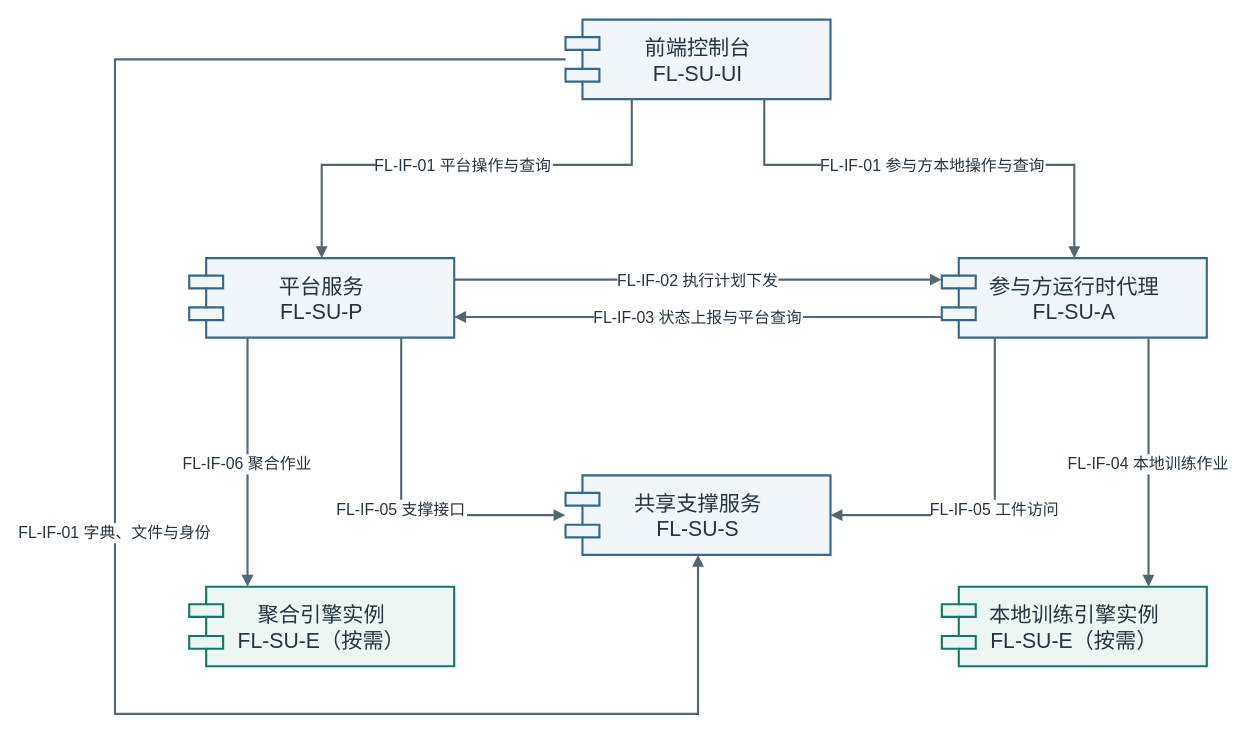
Before: docs/438c/merge/figures/federation-learning-interface-relations.drawio in medol-labs/federation-learning, a draw.io diagram. Source tidied: cells renumbered, new cells numbered last; positions are measured from the earlier drawing's top-left corner, leaving out a move shared by most shapes. Both pictures are drawn from the tidied source at 106%, with x=0, y=0 at pixel (114, 19).
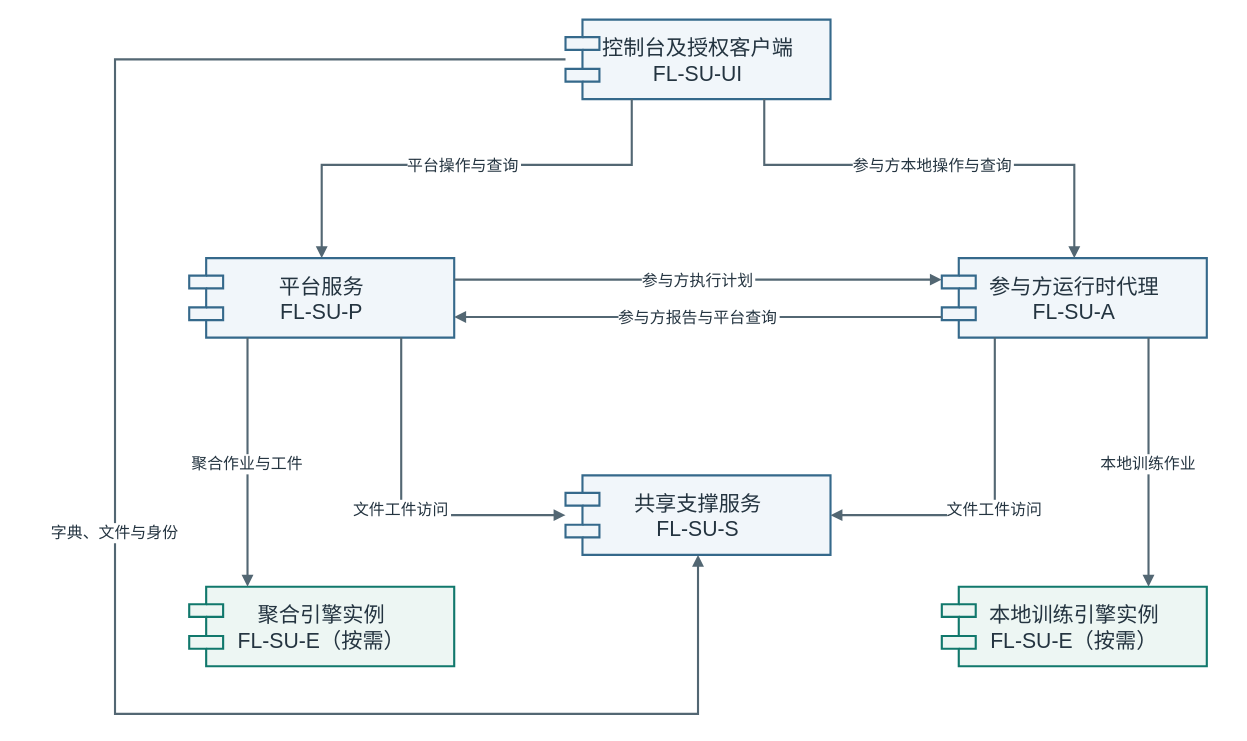
The same page after the edit.

Unchanged cells that the change refers to:
```xml
<mxCell id="3" value="平台服务&#10;FL-SU-P" style="shape=component;whiteSpace=wrap;html=0;fillColor=#F1F6FA;strokeColor=#35698B;strokeWidth=2;fontFamily=PingFang SC;fontSize=20;fontColor=#243440;" parent="1" vertex="1">
  <mxGeometry x="70" y="225" width="250" height="75" as="geometry" />
</mxCell>
<mxCell id="4" value="参与方运行时代理&#10;FL-SU-A" style="shape=component;whiteSpace=wrap;html=0;fillColor=#F1F6FA;strokeColor=#35698B;strokeWidth=2;fontFamily=PingFang SC;fontSize=20;fontColor=#243440;" parent="1" vertex="1">
  <mxGeometry x="780" y="225" width="250" height="75" as="geometry" />
</mxCell>
<mxCell id="5" value="共享支撑服务&#10;FL-SU-S" style="shape=component;whiteSpace=wrap;html=0;fillColor=#F1F6FA;strokeColor=#35698B;strokeWidth=2;fontFamily=PingFang SC;fontSize=20;fontColor=#243440;" parent="1" vertex="1">
  <mxGeometry x="425" y="430" width="250" height="75" as="geometry" />
</mxCell>
<mxCell id="6" value="聚合引擎实例&#10;FL-SU-E（按需）" style="shape=component;whiteSpace=wrap;html=0;fillColor=#EDF6F3;strokeColor=#11786C;strokeWidth=2;fontFamily=PingFang SC;fontSize=20;fontColor=#243440;" parent="1" vertex="1">
  <mxGeometry x="70" y="535" width="250" height="75" as="geometry" />
</mxCell>
<mxCell id="7" value="本地训练引擎实例&#10;FL-SU-E（按需）" style="shape=component;whiteSpace=wrap;html=0;fillColor=#EDF6F3;strokeColor=#11786C;strokeWidth=2;fontFamily=PingFang SC;fontSize=20;fontColor=#243440;" parent="1" vertex="1">
  <mxGeometry x="780" y="535" width="250" height="75" as="geometry" />
</mxCell>
```

What changed in the source:
```diff
@@
-    <mxCell id="2" value="前端控制台&#10;FL-SU-UI" style="shape=component;whiteSpace=wrap;html=0;fillColor=#F1F6FA;strokeColor=#35698B;strokeWidth=2;fontFamily=PingFang SC;fontSize=20;fontColor=#243440;" parent="1" vertex="1">
+    <mxCell id="2" value="控制台及授权客户端&#10;FL-SU-UI" style="shape=component;whiteSpace=wrap;html=0;fillColor=#F1F6FA;strokeColor=#35698B;strokeWidth=2;fontFamily=PingFang SC;fontSize=20;fontColor=#243440;" parent="1" vertex="1">
       <mxGeometry x="425" width="250" height="75" as="geometry" />
     </mxCell>
@@
-    <mxCell id="8" value="FL-IF-01 平台操作与查询" style="edgeStyle=segmentEdgeStyle;rounded=0;html=0;endArrow=block;endFill=1;strokeColor=#536773;strokeWidth=2;fontFamily=PingFang SC;fontSize=15;fontColor=#243440;labelBackgroundColor=#ffffff;exitX=0.25;exitY=1;entryX=0.5;entryY=0;" parent="1" edge="1" source="2" target="3">
+    <mxCell id="8" value="平台操作与查询" style="edgeStyle=segmentEdgeStyle;rounded=0;html=0;endArrow=block;endFill=1;strokeColor=#536773;strokeWidth=2;fontFamily=PingFang SC;fontSize=15;fontColor=#243440;labelBackgroundColor=#ffffff;exitX=0.25;exitY=1;entryX=0.5;entryY=0;" parent="1" edge="1" source="2" target="3">
       <mxGeometry relative="1" as="geometry">
         <Array as="points">
           <mxPoint x="487.5" y="137" />
           <mxPoint x="195" y="137" />
         </Array>
       </mxGeometry>
     </mxCell>
-    <mxCell id="9" value="FL-IF-01 参与方本地操作与查询" style="edgeStyle=segmentEdgeStyle;rounded=0;html=0;endArrow=block;endFill=1;strokeColor=#536773;strokeWidth=2;fontFamily=PingFang SC;fontSize=15;fontColor=#243440;labelBackgroundColor=#ffffff;exitX=0.75;exitY=1;entryX=0.5;entryY=0;" parent="1" edge="1" source="2" target="4">
+    <mxCell id="9" value="参与方本地操作与查询" style="edgeStyle=segmentEdgeStyle;rounded=0;html=0;endArrow=block;endFill=1;strokeColor=#536773;strokeWidth=2;fontFamily=PingFang SC;fontSize=15;fontColor=#243440;labelBackgroundColor=#ffffff;exitX=0.75;exitY=1;entryX=0.5;entryY=0;" parent="1" edge="1" source="2" target="4">
       <mxGeometry relative="1" as="geometry">
         <Array as="points">
           <mxPoint x="612.5" y="137" />
           <mxPoint x="905" y="137" />
         </Array>
       </mxGeometry>
     </mxCell>
-    <mxCell id="10" value="FL-IF-01 字典、文件与身份" style="edgeStyle=segmentEdgeStyle;rounded=0;html=0;endArrow=block;endFill=1;strokeColor=#536773;strokeWidth=2;fontFamily=PingFang SC;fontSize=15;fontColor=#243440;labelBackgroundColor=#ffffff;exitX=0;exitY=0.5;entryX=0.5;entryY=1;" parent="1" edge="1" source="2" target="5">
+    <mxCell id="10" value="字典、文件与身份" style="edgeStyle=segmentEdgeStyle;rounded=0;html=0;endArrow=block;endFill=1;strokeColor=#536773;strokeWidth=2;fontFamily=PingFang SC;fontSize=15;fontColor=#243440;labelBackgroundColor=#ffffff;exitX=0;exitY=0.5;entryX=0.5;entryY=1;" parent="1" edge="1" source="2" target="5">
       <mxGeometry relative="1" as="geometry">
         <Array as="points">
           <mxPoint y="37.5" />
           <mxPoint y="655" />
           <mxPoint x="550" y="655" />
         </Array>
       </mxGeometry>
     </mxCell>
-    <mxCell id="11" value="FL-IF-02 执行计划下发" style="edgeStyle=segmentEdgeStyle;rounded=0;html=0;endArrow=block;endFill=1;strokeColor=#536773;strokeWidth=2;fontFamily=PingFang SC;fontSize=15;fontColor=#243440;labelBackgroundColor=#ffffff;exitX=1;exitY=0.27;entryX=0;entryY=0.27;" parent="1" edge="1" source="3" target="4">
+    <mxCell id="11" value="参与方执行计划" style="edgeStyle=segmentEdgeStyle;rounded=0;html=0;endArrow=block;endFill=1;strokeColor=#536773;strokeWidth=2;fontFamily=PingFang SC;fontSize=15;fontColor=#243440;labelBackgroundColor=#ffffff;exitX=1;exitY=0.27;entryX=0;entryY=0.27;" parent="1" edge="1" source="3" target="4">
       <mxGeometry relative="1" as="geometry" />
     </mxCell>
-    <mxCell id="12" value="FL-IF-03 状态上报与平台查询" style="edgeStyle=segmentEdgeStyle;rounded=0;html=0;endArrow=block;endFill=1;strokeColor=#536773;strokeWidth=2;fontFamily=PingFang SC;fontSize=15;fontColor=#243440;labelBackgroundColor=#ffffff;exitX=0;exitY=0.74;entryX=1;entryY=0.74;" parent="1" edge="1" source="4" target="3">
+    <mxCell id="12" value="参与方报告与平台查询" style="edgeStyle=segmentEdgeStyle;rounded=0;html=0;endArrow=block;endFill=1;strokeColor=#536773;strokeWidth=2;fontFamily=PingFang SC;fontSize=15;fontColor=#243440;labelBackgroundColor=#ffffff;exitX=0;exitY=0.74;entryX=1;entryY=0.74;" parent="1" edge="1" source="4" target="3">
       <mxGeometry relative="1" as="geometry" />
     </mxCell>
-    <mxCell id="13" value="FL-IF-05 支撑接口" style="edgeStyle=segmentEdgeStyle;rounded=0;html=0;endArrow=block;endFill=1;strokeColor=#536773;strokeWidth=2;fontFamily=PingFang SC;fontSize=15;fontColor=#243440;labelBackgroundColor=#ffffff;exitX=0.8;exitY=1;entryX=0;entryY=0.5;" parent="1" edge="1" source="3" target="5">
+    <mxCell id="13" value="文件工件访问" style="edgeStyle=segmentEdgeStyle;rounded=0;html=0;endArrow=block;endFill=1;strokeColor=#536773;strokeWidth=2;fontFamily=PingFang SC;fontSize=15;fontColor=#243440;labelBackgroundColor=#ffffff;exitX=0.8;exitY=1;entryX=0;entryY=0.5;" parent="1" edge="1" source="3" target="5">
       <mxGeometry relative="1" as="geometry">
         <Array as="points">
           <mxPoint x="270" y="467.5" />
         </Array>
       </mxGeometry>
     </mxCell>
-    <mxCell id="14" value="FL-IF-05 工件访问" style="edgeStyle=segmentEdgeStyle;rounded=0;html=0;endArrow=block;endFill=1;strokeColor=#536773;strokeWidth=2;fontFamily=PingFang SC;fontSize=15;fontColor=#243440;labelBackgroundColor=#ffffff;exitX=0.2;exitY=1;entryX=1;entryY=0.5;" parent="1" edge="1" source="4" target="5">
+    <mxCell id="14" value="文件工件访问" style="edgeStyle=segmentEdgeStyle;rounded=0;html=0;endArrow=block;endFill=1;strokeColor=#536773;strokeWidth=2;fontFamily=PingFang SC;fontSize=15;fontColor=#243440;labelBackgroundColor=#ffffff;exitX=0.2;exitY=1;entryX=1;entryY=0.5;" parent="1" edge="1" source="4" target="5">
       <mxGeometry relative="1" as="geometry">
         <Array as="points">
           <mxPoint x="830" y="467.5" />
         </Array>
       </mxGeometry>
     </mxCell>
-    <mxCell id="15" value="FL-IF-06 聚合作业" style="edgeStyle=segmentEdgeStyle;rounded=0;html=0;endArrow=block;endFill=1;strokeColor=#536773;strokeWidth=2;fontFamily=PingFang SC;fontSize=15;fontColor=#243440;labelBackgroundColor=#ffffff;exitX=0.22;exitY=1;entryX=0.22;entryY=0;" parent="1" edge="1" source="3" target="6">
+    <mxCell id="15" value="聚合作业与工件" style="edgeStyle=segmentEdgeStyle;rounded=0;html=0;endArrow=block;endFill=1;strokeColor=#536773;strokeWidth=2;fontFamily=PingFang SC;fontSize=15;fontColor=#243440;labelBackgroundColor=#ffffff;exitX=0.22;exitY=1;entryX=0.22;entryY=0;" parent="1" edge="1" source="3" target="6">
       <mxGeometry relative="1" as="geometry" />
     </mxCell>
-    <mxCell id="16" value="FL-IF-04 本地训练作业" style="edgeStyle=segmentEdgeStyle;rounded=0;html=0;endArrow=block;endFill=1;strokeColor=#536773;strokeWidth=2;fontFamily=PingFang SC;fontSize=15;fontColor=#243440;labelBackgroundColor=#ffffff;exitX=0.78;exitY=1;entryX=0.78;entryY=0;" parent="1" edge="1" source="4" target="7">
+    <mxCell id="16" value="本地训练作业" style="edgeStyle=segmentEdgeStyle;rounded=0;html=0;endArrow=block;endFill=1;strokeColor=#536773;strokeWidth=2;fontFamily=PingFang SC;fontSize=15;fontColor=#243440;labelBackgroundColor=#ffffff;exitX=0.78;exitY=1;entryX=0.78;entryY=0;" parent="1" edge="1" source="4" target="7">
       <mxGeometry relative="1" as="geometry" />
     </mxCell>
```
